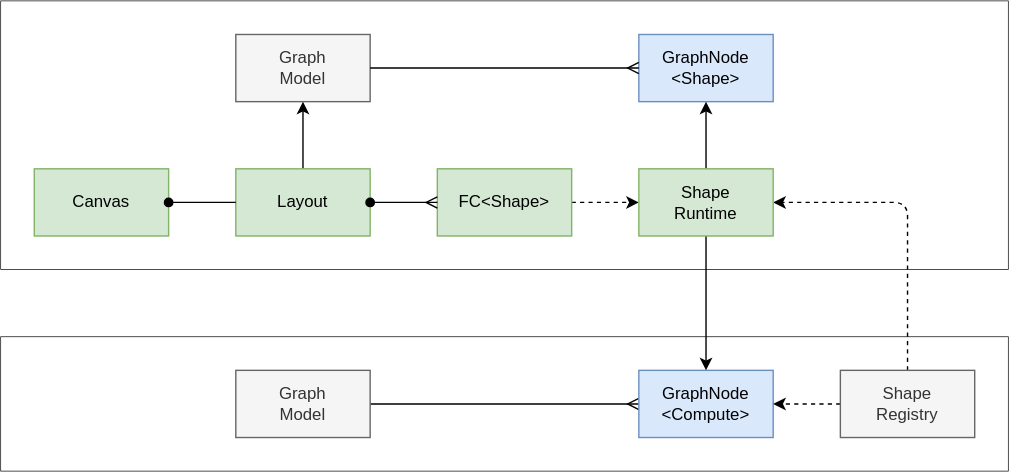
The draw.io diagram packages/plugins/experimental/plugin-canvas/src/compute/compute.drawio.svg in dxos/dxos, before a commit. Source tidied: cells renumbered, new cells last; positions are measured from the earlier drawing's top-left corner, leaving out a move shared by most shapes.
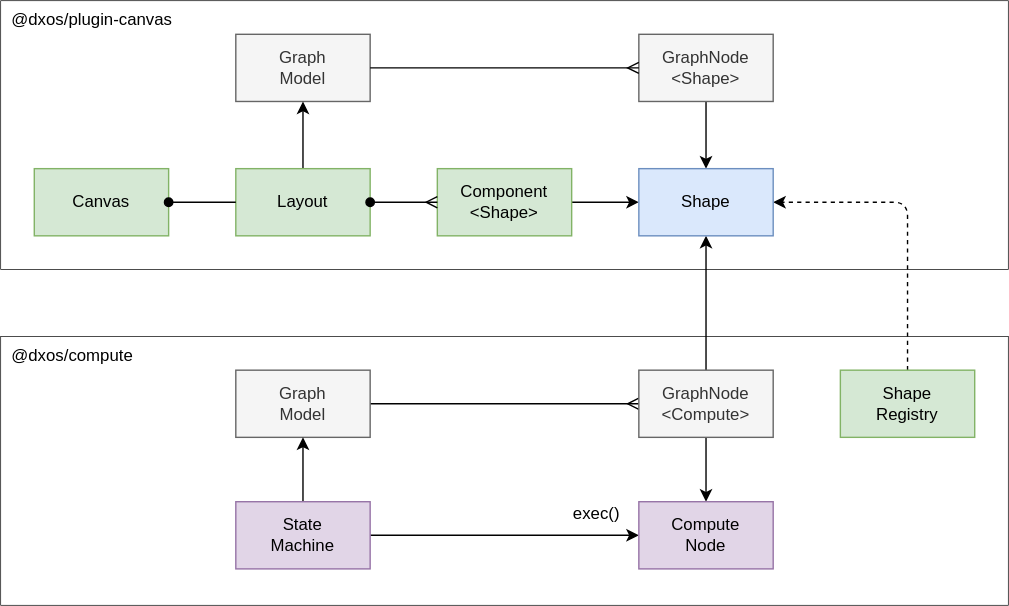
Above is the later version.

Change to the diagram source:
```diff
@@ -2,10 +2,10 @@
   <root>
     <mxCell id="0" />
     <mxCell id="1" parent="0" />
-    <mxCell id="2" style="rounded=0;whiteSpace=wrap;html=1;strokeWidth=0.5;" parent="1" vertex="1">
-      <mxGeometry y="240" width="720" height="96" as="geometry" />
+    <mxCell id="2" value="@dxos/compute" style="rounded=0;whiteSpace=wrap;html=1;strokeWidth=0.5;align=left;verticalAlign=top;spacingLeft=6;" parent="1" vertex="1">
+      <mxGeometry y="240" width="720" height="192" as="geometry" />
     </mxCell>
-    <mxCell id="3" style="rounded=0;whiteSpace=wrap;html=1;strokeWidth=0.5;" parent="1" vertex="1">
+    <mxCell id="3" value="@dxos/plugin-canvas" style="rounded=0;whiteSpace=wrap;html=1;strokeWidth=0.5;verticalAlign=top;align=left;spacingLeft=6;" parent="1" vertex="1">
       <mxGeometry width="720" height="192" as="geometry" />
     </mxCell>
     <mxCell id="4" style="edgeStyle=none;html=1;exitX=1;exitY=0.5;exitDx=0;exitDy=0;startArrow=none;startFill=0;endArrow=ERmany;endFill=0;" parent="1" edge="1" source="5" target="6">
@@ -14,13 +14,22 @@
     <mxCell id="5" value="Graph&lt;br&gt;Model" style="rounded=0;whiteSpace=wrap;html=1;fillColor=#f5f5f5;strokeColor=#666666;fontColor=#333333;" parent="1" vertex="1">
       <mxGeometry x="168" y="264" width="96" height="48" as="geometry" />
     </mxCell>
+    <mxCell id="23" style="edgeStyle=none;html=1;exitX=0.5;exitY=0;exitDx=0;exitDy=0;" parent="1" edge="1" source="6" target="14">
+      <mxGeometry relative="1" as="geometry" />
+    </mxCell>
+    <mxCell id="24" style="edgeStyle=none;html=1;exitX=0.5;exitY=1;exitDx=0;exitDy=0;" parent="1" edge="1" source="6" target="30">
+      <mxGeometry relative="1" as="geometry" />
+    </mxCell>
-    <mxCell id="6" value="GraphNode&lt;br&gt;&amp;lt;Compute&amp;gt;" style="rounded=0;whiteSpace=wrap;html=1;fillColor=#dae8fc;strokeColor=#6c8ebf;" parent="1" vertex="1">
+    <mxCell id="6" value="GraphNode&lt;br&gt;&amp;lt;Compute&amp;gt;" style="rounded=0;whiteSpace=wrap;html=1;fillColor=#f5f5f5;strokeColor=#666666;fontColor=#333333;" parent="1" vertex="1">
       <mxGeometry x="456" y="264" width="96" height="48" as="geometry" />
     </mxCell>
     <mxCell id="7" value="Graph&lt;br&gt;Model" style="rounded=0;whiteSpace=wrap;html=1;fillColor=#f5f5f5;fontColor=#333333;strokeColor=#666666;" parent="1" vertex="1">
       <mxGeometry x="168" y="24" width="96" height="48" as="geometry" />
     </mxCell>
+    <mxCell id="25" style="edgeStyle=none;html=1;exitX=0.5;exitY=1;exitDx=0;exitDy=0;" parent="1" edge="1" source="8" target="14">
+      <mxGeometry relative="1" as="geometry" />
+    </mxCell>
-    <mxCell id="8" value="GraphNode&lt;br&gt;&amp;lt;Shape&amp;gt;" style="rounded=0;whiteSpace=wrap;html=1;fillColor=#dae8fc;strokeColor=#6c8ebf;" parent="1" vertex="1">
+    <mxCell id="8" value="GraphNode&lt;br&gt;&amp;lt;Shape&amp;gt;" style="rounded=0;whiteSpace=wrap;html=1;fillColor=#f5f5f5;strokeColor=#666666;fontColor=#333333;" parent="1" vertex="1">
       <mxGeometry x="456" y="24" width="96" height="48" as="geometry" />
     </mxCell>
     <mxCell id="9" style="edgeStyle=none;html=1;endArrow=ERmany;endFill=0;" parent="1" edge="1" source="7" target="8">
@@ -32,31 +41,20 @@
     <mxCell id="11" value="Canvas" style="rounded=0;whiteSpace=wrap;html=1;fillColor=#d5e8d4;strokeColor=#82b366;" parent="1" vertex="1">
       <mxGeometry x="24" y="120" width="96" height="48" as="geometry" />
     </mxCell>
-    <mxCell id="12" style="edgeStyle=none;html=1;" parent="1" edge="1" source="22" target="8">
-      <mxGeometry relative="1" as="geometry" />
-    </mxCell>
-    <mxCell id="13" style="edgeStyle=none;html=1;startArrow=none;startFill=0;endArrow=classic;endFill=1;" parent="1" edge="1" source="22" target="6">
-      <mxGeometry relative="1" as="geometry" />
-    </mxCell>
-    <mxCell id="14" style="edgeStyle=none;html=1;exitX=1;exitY=0.5;exitDx=0;exitDy=0;dashed=1;startArrow=none;startFill=0;endArrow=classic;endFill=1;" parent="1" edge="1" source="15" target="22">
-      <mxGeometry relative="1" as="geometry" />
-    </mxCell>
+    <mxCell id="26" style="edgeStyle=none;html=1;exitX=1;exitY=0.5;exitDx=0;exitDy=0;" parent="1" edge="1" source="15" target="14">
+      <mxGeometry relative="1" as="geometry" />
+    </mxCell>
-    <mxCell id="15" value="FC&amp;lt;Shape&amp;gt;" style="rounded=0;whiteSpace=wrap;html=1;fillColor=#d5e8d4;strokeColor=#82b366;" parent="1" vertex="1">
+    <mxCell id="15" value="Component&lt;br&gt;&amp;lt;Shape&amp;gt;" style="rounded=0;whiteSpace=wrap;html=1;fillColor=#d5e8d4;strokeColor=#82b366;" parent="1" vertex="1">
       <mxGeometry x="312" y="120" width="96" height="48" as="geometry" />
     </mxCell>
-    <mxCell id="16" style="edgeStyle=none;html=1;dashed=1;" parent="1" edge="1" source="18" target="22">
-      <mxGeometry relative="1" as="geometry">
-        <Array as="points">
-          <mxPoint x="648" y="144" />
-        </Array>
-      </mxGeometry>
-    </mxCell>
-    <mxCell id="17" style="edgeStyle=none;html=1;exitX=0;exitY=0.5;exitDx=0;exitDy=0;startArrow=none;startFill=0;endArrow=classic;endFill=1;dashed=1;" parent="1" edge="1" source="18">
+    <mxCell id="17" style="edgeStyle=none;html=1;startArrow=none;startFill=0;endArrow=classic;endFill=1;dashed=1;" parent="1" edge="1" source="18" target="14">
       <mxGeometry relative="1" as="geometry">
-        <mxPoint x="552" y="288" as="targetPoint" />
+        <Array as="points">
+          <mxPoint x="648" y="144" />
+        </Array>
       </mxGeometry>
     </mxCell>
-    <mxCell id="18" value="Shape&lt;br&gt;Registry" style="rounded=0;whiteSpace=wrap;html=1;fillColor=#f5f5f5;fontColor=#333333;strokeColor=#666666;" parent="1" vertex="1">
+    <mxCell id="18" value="Shape&lt;br&gt;Registry" style="rounded=0;whiteSpace=wrap;html=1;fillColor=#d5e8d4;strokeColor=#82b366;" parent="1" vertex="1">
       <mxGeometry x="600" y="264" width="96" height="48" as="geometry" />
     </mxCell>
     <mxCell id="19" value="Layout" style="rounded=0;whiteSpace=wrap;html=1;fillColor=#d5e8d4;strokeColor=#82b366;" parent="1" vertex="1">
@@ -68,8 +66,23 @@
     <mxCell id="21" style="edgeStyle=none;html=1;exitX=1;exitY=0.5;exitDx=0;exitDy=0;entryX=0;entryY=0.5;entryDx=0;entryDy=0;startArrow=oval;startFill=1;endArrow=none;endFill=0;" parent="1" edge="1" source="11" target="19">
       <mxGeometry relative="1" as="geometry" />
     </mxCell>
-    <mxCell id="22" value="Shape&lt;br&gt;Runtime" style="rounded=0;whiteSpace=wrap;html=1;fillColor=#d5e8d4;strokeColor=#82b366;" parent="1" vertex="1">
-      <mxGeometry x="456" y="120" width="96" height="48" as="geometry" />
-    </mxCell>
+    <mxCell id="14" value="Shape" style="rounded=0;whiteSpace=wrap;html=1;fillColor=#dae8fc;strokeColor=#6c8ebf;" parent="1" vertex="1">
+      <mxGeometry x="456" y="120" width="96" height="48" as="geometry" />
+    </mxCell>
+    <mxCell id="27" style="edgeStyle=none;html=1;" parent="1" edge="1" source="29" target="5">
+      <mxGeometry relative="1" as="geometry" />
+    </mxCell>
+    <mxCell id="28" style="edgeStyle=none;html=1;exitX=1;exitY=0.5;exitDx=0;exitDy=0;" parent="1" edge="1" source="29" target="30">
+      <mxGeometry relative="1" as="geometry" />
+    </mxCell>
+    <mxCell id="29" value="State&lt;br&gt;Machine" style="rounded=0;whiteSpace=wrap;html=1;fillColor=#e1d5e7;strokeColor=#9673a6;" parent="1" vertex="1">
+      <mxGeometry x="168" y="358" width="96" height="48" as="geometry" />
+    </mxCell>
+    <mxCell id="30" value="Compute&lt;br&gt;Node" style="rounded=0;whiteSpace=wrap;html=1;fillColor=#e1d5e7;strokeColor=#9673a6;" parent="1" vertex="1">
+      <mxGeometry x="456" y="358" width="96" height="48" as="geometry" />
+    </mxCell>
+    <mxCell id="31" value="exec()" style="text;html=1;strokeColor=none;fillColor=none;align=center;verticalAlign=middle;whiteSpace=wrap;rounded=0;" parent="1" vertex="1">
+      <mxGeometry x="396" y="352" width="60" height="30" as="geometry" />
+    </mxCell>
   </root>
 </mxGraphModel>
```
